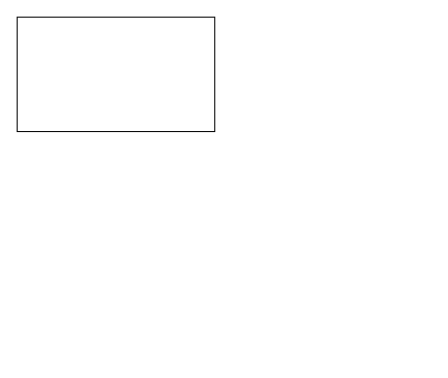
This is resources/未命名绘图.drawio from chenzhongbin/myutils, a draw.io file, before an edit. Source tidied: cells renumbered, new cells numbered last; positions are measured from the earlier drawing's top-left corner, leaving out a move shared by most shapes. Both pictures are drawn from the tidied source at 104%, with x=0, y=0 at pixel (17, 17).
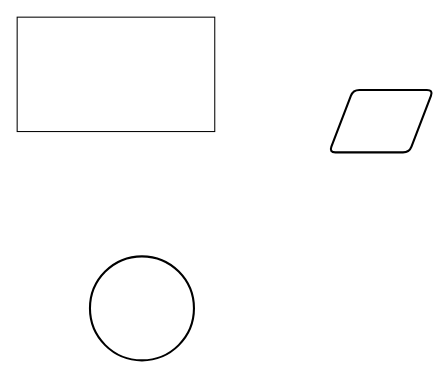
The same page after the edit.

Change to the diagram source:
```diff
@@
 <mxGraphModel>
   <root>
     <mxCell id="0" />
     <mxCell id="1" parent="0" />
     <mxCell id="2" style="rounded=0;whiteSpace=wrap;html=1;" parent="1" vertex="1">
       <mxGeometry width="190" height="110" as="geometry" />
     </mxCell>
+    <mxCell id="3" style="shape=parallelogram;html=1;strokeWidth=2;perimeter=parallelogramPerimeter;whiteSpace=wrap;rounded=1;arcSize=12;size=0.23;" parent="1" vertex="1">
+      <mxGeometry x="300" y="70" width="100" height="60" as="geometry" />
+    </mxCell>
+    <mxCell id="4" style="strokeWidth=2;html=1;shape=mxgraph.flowchart.start_2;whiteSpace=wrap;" parent="1" vertex="1">
+      <mxGeometry x="70" y="230" width="100" height="100" as="geometry" />
+    </mxCell>
   </root>
 </mxGraphModel>
```
